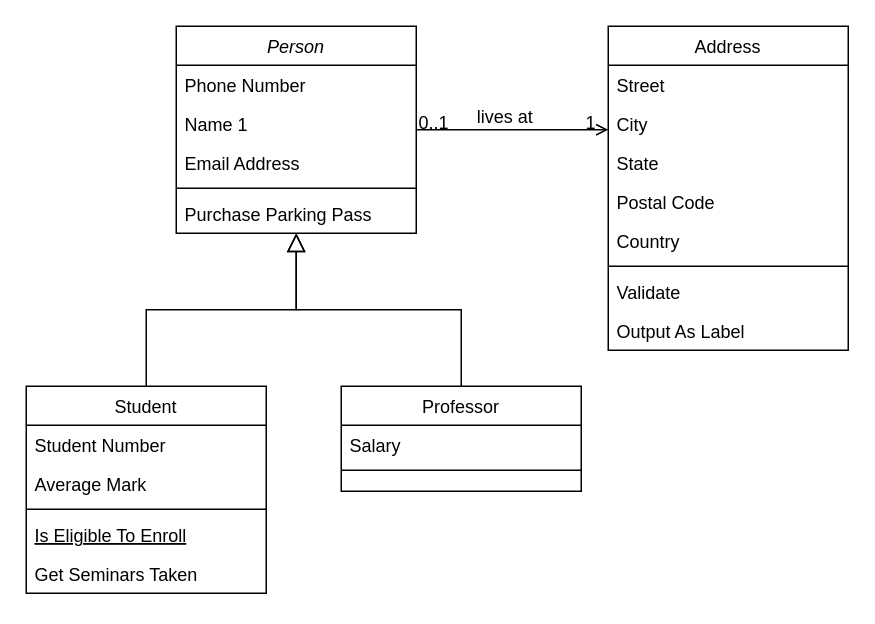
Before: Sample.drawio in ramnaveen1099/ramnaveen1099, a draw.io diagram. Source tidied: cells renumbered, new cells numbered last; positions are measured from the earlier drawing's top-left corner, leaving out a move shared by most shapes. Both pictures are drawn from the tidied source at 150%, with x=0, y=0 at pixel (26, 26).
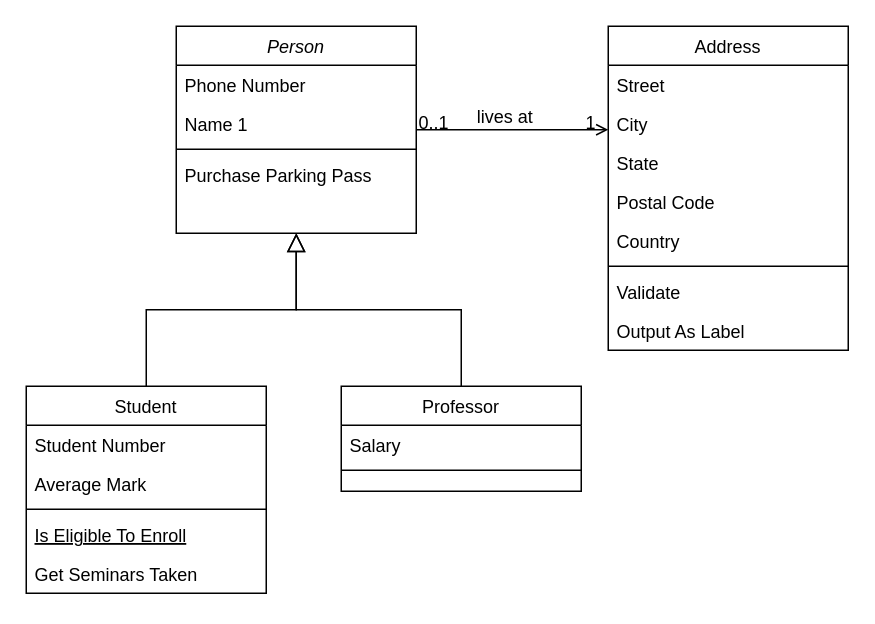
Above is the later version.

Unchanged cells that the change refers to:
```xml
<mxCell id="2" value="Person" style="swimlane;fontStyle=2;align=center;verticalAlign=top;horizontal=1;startSize=26;rounded=0;shadow=0;strokeWidth=1;" parent="1" vertex="1">
  <mxGeometry x="100" width="160" height="138" as="geometry" />
</mxCell>
```

Diff of the diagram source:
```diff
@@
-    <mxCell id="5" value="Email Address" style="text;align=left;verticalAlign=top;spacingLeft=4;spacingRight=4;overflow=hidden;rounded=0;shadow=0;html=0;" parent="2" vertex="1">
-      <mxGeometry y="78" width="160" height="26" as="geometry" />
-    </mxCell>
     <mxCell id="6" style="line;html=1;strokeWidth=1;align=left;verticalAlign=middle;spacingTop=-1;spacingLeft=3;spacingRight=3;labelPosition=right;" parent="2" vertex="1">
-      <mxGeometry y="104" width="160" height="8" as="geometry" />
+      <mxGeometry y="78" width="160" height="8" as="geometry" />
     </mxCell>
     <mxCell id="7" value="Purchase Parking Pass" style="text;align=left;verticalAlign=top;spacingLeft=4;spacingRight=4;overflow=hidden;" parent="2" vertex="1">
-      <mxGeometry y="112" width="160" height="26" as="geometry" />
+      <mxGeometry y="86" width="160" height="26" as="geometry" />
     </mxCell>
```
